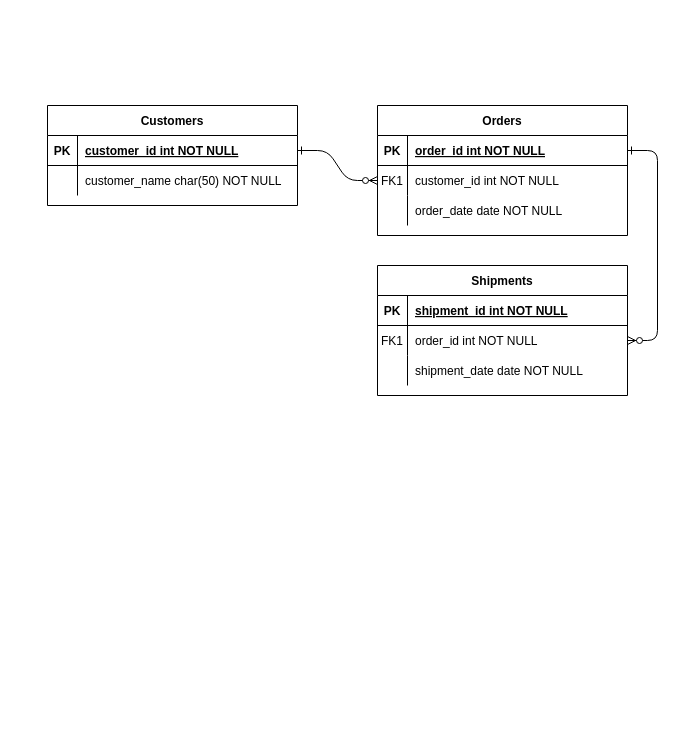
Before: Başlıksız Diyagram.drawio in emrebolukbas/tobeto-Test-Sql, a draw.io diagram. Source tidied: cells renumbered, new cells numbered last; positions are measured from the earlier drawing's top-left corner, leaving out a move shared by most shapes. Both pictures are drawn from the tidied source at 100%, with x=0, y=0 at pixel (47, 105).
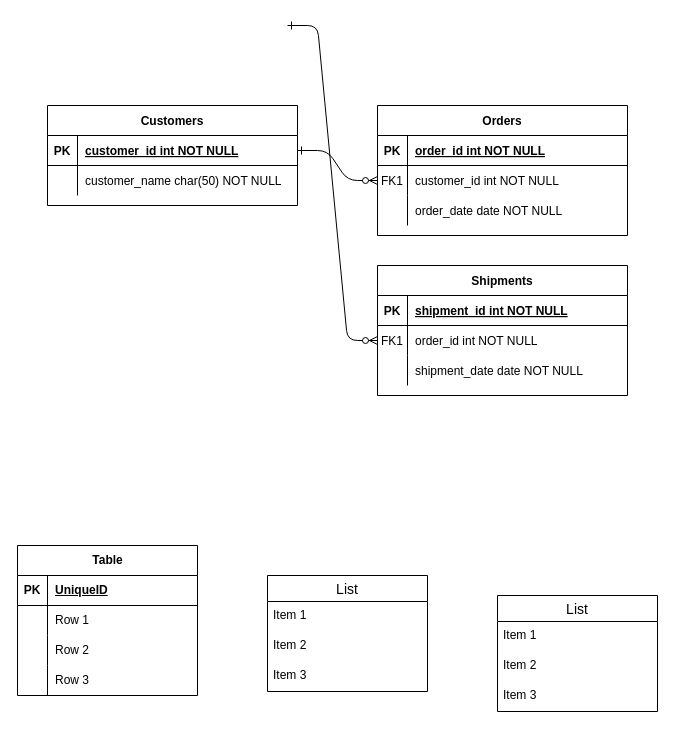
Above is the later version.

Unchanged cells that the change refers to:
```xml
<mxCell id="5" style="shape=partialRectangle;fillColor=none;points=[[0,0.5],[1,0.5]];portConstraint=eastwest;top=0;left=0;right=0;bottom=1;" parent="4" vertex="1">
  <mxGeometry y="30" width="250" height="30" as="geometry" />
</mxCell>
<mxCell id="18" style="shape=partialRectangle;fillColor=none;points=[[0,0.5],[1,0.5]];portConstraint=eastwest;top=0;left=0;right=0;bottom=0;" parent="14" vertex="1">
  <mxGeometry y="60" width="250" height="30" as="geometry" />
</mxCell>
```

What changed in the source:
```diff
@@
-    <mxCell id="3" style="edgeStyle=entityRelationEdgeStyle;endArrow=ERzeroToMany;startArrow=ERone;endFill=1;startFill=0;" parent="1" edge="1" source="5" target="18">
-      <mxGeometry relative="1" as="geometry" />
+    <mxCell id="3" style="edgeStyle=entityRelationEdgeStyle;endArrow=ERzeroToMany;startArrow=ERone;endFill=1;startFill=0;" parent="1" edge="1">
+      <mxGeometry relative="1" as="geometry">
+        <mxPoint x="240" y="-80" as="sourcePoint" />
+        <mxPoint x="330" y="235" as="targetPoint" />
+        <Array as="points">
+          <mxPoint x="280" y="60" />
+          <mxPoint x="240" y="70" />
+          <mxPoint x="240" y="140" />
+          <mxPoint x="240" y="110" />
+        </Array>
+      </mxGeometry>
     </mxCell>
@@
+    <mxCell id="31" value="Table" style="shape=table;startSize=30;childLayout=tableLayout;rowLines=0;fontStyle=1;align=center;html=1;" parent="1" vertex="1">
+      <mxGeometry x="-30" y="440" width="180" height="150" as="geometry" />
+    </mxCell>
+    <mxCell id="32" style="shape=tableRow;horizontal=0;startSize=0;swimlaneHead=0;swimlaneBody=0;fillColor=none;top=0;left=0;right=0;bottom=1;" parent="31" vertex="1">
+      <mxGeometry y="30" width="180" height="30" as="geometry" />
+    </mxCell>
+    <mxCell id="33" value="PK" style="shape=partialRectangle;fillColor=none;top=0;left=0;bottom=0;right=0;fontStyle=1;overflow=hidden;whiteSpace=wrap;html=1;" parent="32" vertex="1">
+      <mxGeometry width="30" height="30" as="geometry" />
+    </mxCell>
+    <mxCell id="34" value="UniqueID" style="shape=partialRectangle;fillColor=none;top=0;left=0;bottom=0;right=0;align=left;spacingLeft=6;fontStyle=5;overflow=hidden;whiteSpace=wrap;html=1;" parent="32" vertex="1">
+      <mxGeometry x="30" width="150" height="30" as="geometry" />
+    </mxCell>
+    <mxCell id="35" style="shape=tableRow;horizontal=0;startSize=0;swimlaneHead=0;swimlaneBody=0;fillColor=none;top=0;left=0;right=0;bottom=0;" parent="31" vertex="1">
+      <mxGeometry y="60" width="180" height="30" as="geometry" />
+    </mxCell>
+    <mxCell id="36" style="shape=partialRectangle;fillColor=none;top=0;left=0;bottom=0;right=0;overflow=hidden;whiteSpace=wrap;html=1;" parent="35" vertex="1">
+      <mxGeometry width="30" height="30" as="geometry" />
+    </mxCell>
+    <mxCell id="37" value="Row 1" style="shape=partialRectangle;fillColor=none;top=0;left=0;bottom=0;right=0;align=left;spacingLeft=6;overflow=hidden;whiteSpace=wrap;html=1;" parent="35" vertex="1">
+      <mxGeometry x="30" width="150" height="30" as="geometry" />
+    </mxCell>
+    <mxCell id="38" style="shape=tableRow;horizontal=0;startSize=0;swimlaneHead=0;swimlaneBody=0;fillColor=none;top=0;left=0;right=0;bottom=0;" parent="31" vertex="1">
+      <mxGeometry y="90" width="180" height="30" as="geometry" />
+    </mxCell>
+    <mxCell id="39" style="shape=partialRectangle;fillColor=none;top=0;left=0;bottom=0;right=0;overflow=hidden;whiteSpace=wrap;html=1;" parent="38" vertex="1">
+      <mxGeometry width="30" height="30" as="geometry" />
+    </mxCell>
+    <mxCell id="40" value="Row 2" style="shape=partialRectangle;fillColor=none;top=0;left=0;bottom=0;right=0;align=left;spacingLeft=6;overflow=hidden;whiteSpace=wrap;html=1;" parent="38" vertex="1">
+      <mxGeometry x="30" width="150" height="30" as="geometry" />
+    </mxCell>
+    <mxCell id="41" style="shape=tableRow;horizontal=0;startSize=0;swimlaneHead=0;swimlaneBody=0;fillColor=none;top=0;left=0;right=0;bottom=0;" parent="31" vertex="1">
+      <mxGeometry y="120" width="180" height="30" as="geometry" />
+    </mxCell>
+    <mxCell id="42" style="shape=partialRectangle;fillColor=none;top=0;left=0;bottom=0;right=0;overflow=hidden;whiteSpace=wrap;html=1;" parent="41" vertex="1">
+      <mxGeometry width="30" height="30" as="geometry" />
+    </mxCell>
+    <mxCell id="43" value="Row 3" style="shape=partialRectangle;fillColor=none;top=0;left=0;bottom=0;right=0;align=left;spacingLeft=6;overflow=hidden;whiteSpace=wrap;html=1;" parent="41" vertex="1">
+      <mxGeometry x="30" width="150" height="30" as="geometry" />
+    </mxCell>
+    <mxCell id="44" value="List" style="swimlane;fontStyle=0;horizontal=1;startSize=26;align=center;fontSize=14;" parent="1" vertex="1">
+      <mxGeometry x="220" y="470" width="160" height="116" as="geometry" />
+    </mxCell>
+    <mxCell id="45" value="Item 1" style="text;strokeColor=none;fillColor=none;spacingLeft=4;spacingRight=4;overflow=hidden;fontSize=12;whiteSpace=wrap;html=1;" parent="44" vertex="1">
+      <mxGeometry y="26" width="160" height="30" as="geometry" />
+    </mxCell>
+    <mxCell id="46" value="Item 2" style="text;strokeColor=none;fillColor=none;spacingLeft=4;spacingRight=4;overflow=hidden;fontSize=12;whiteSpace=wrap;html=1;" parent="44" vertex="1">
+      <mxGeometry y="56" width="160" height="30" as="geometry" />
+    </mxCell>
+    <mxCell id="47" value="Item 3" style="text;strokeColor=none;fillColor=none;spacingLeft=4;spacingRight=4;overflow=hidden;fontSize=12;whiteSpace=wrap;html=1;" parent="44" vertex="1">
+      <mxGeometry y="86" width="160" height="30" as="geometry" />
+    </mxCell>
+    <mxCell id="48" value="List" style="swimlane;fontStyle=0;horizontal=1;startSize=26;align=center;fontSize=14;" parent="1" vertex="1">
+      <mxGeometry x="450" y="490" width="160" height="116" as="geometry" />
+    </mxCell>
+    <mxCell id="49" value="Item 1" style="text;strokeColor=none;fillColor=none;spacingLeft=4;spacingRight=4;overflow=hidden;fontSize=12;whiteSpace=wrap;html=1;" parent="48" vertex="1">
+      <mxGeometry y="26" width="160" height="30" as="geometry" />
+    </mxCell>
+    <mxCell id="50" value="Item 2" style="text;strokeColor=none;fillColor=none;spacingLeft=4;spacingRight=4;overflow=hidden;fontSize=12;whiteSpace=wrap;html=1;" parent="48" vertex="1">
+      <mxGeometry y="56" width="160" height="30" as="geometry" />
+    </mxCell>
+    <mxCell id="51" value="Item 3" style="text;strokeColor=none;fillColor=none;spacingLeft=4;spacingRight=4;overflow=hidden;fontSize=12;whiteSpace=wrap;html=1;" parent="48" vertex="1">
+      <mxGeometry y="86" width="160" height="30" as="geometry" />
+    </mxCell>
```
